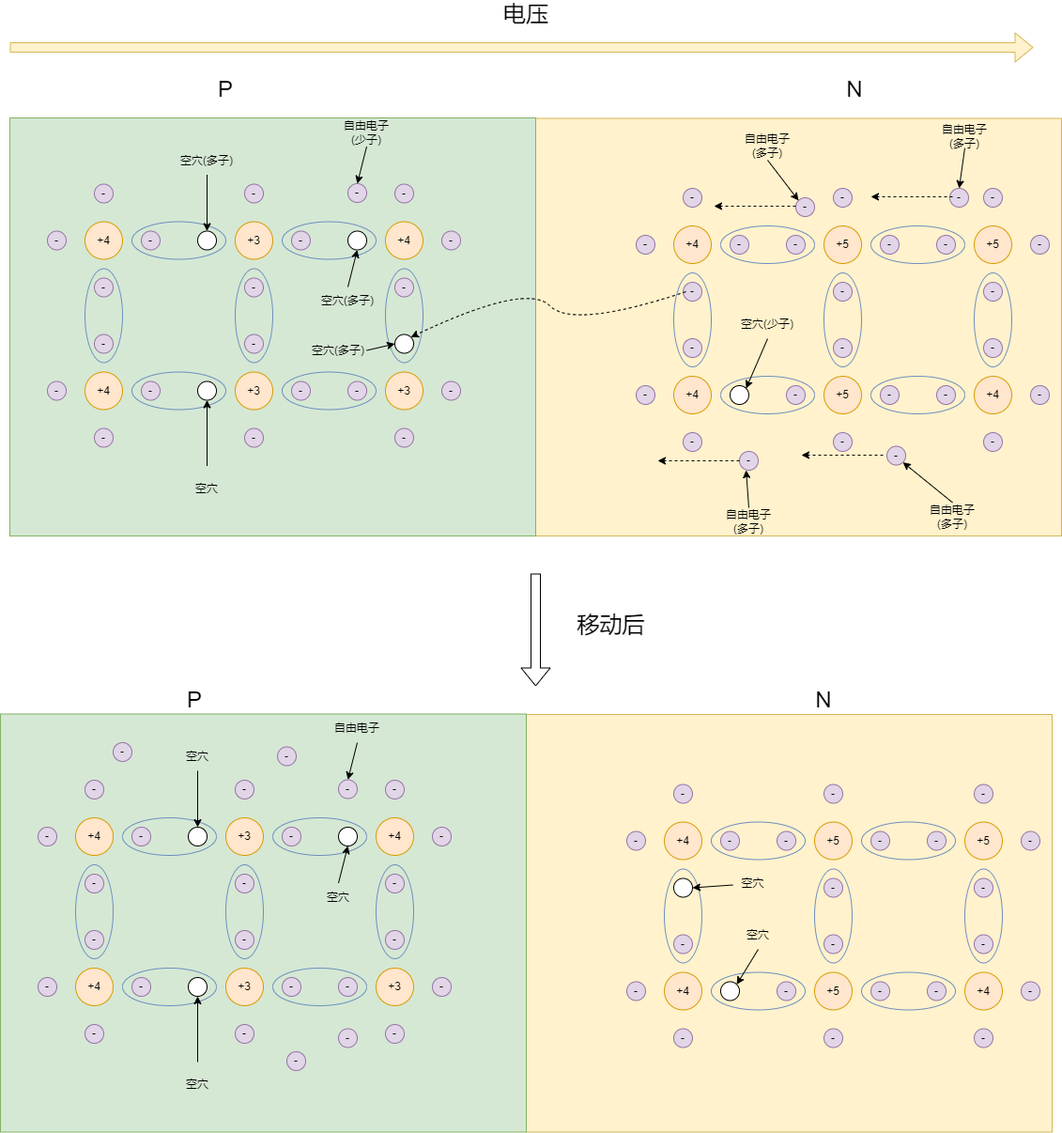
Above: blog/electricity/triode/triode4.png in zgjsxx/static-img-repo (draw.io), before the change. Source tidied: cells renumbered, new cells last; positions are measured from the earlier drawing's top-left corner, leaving out a move shared by most shapes.
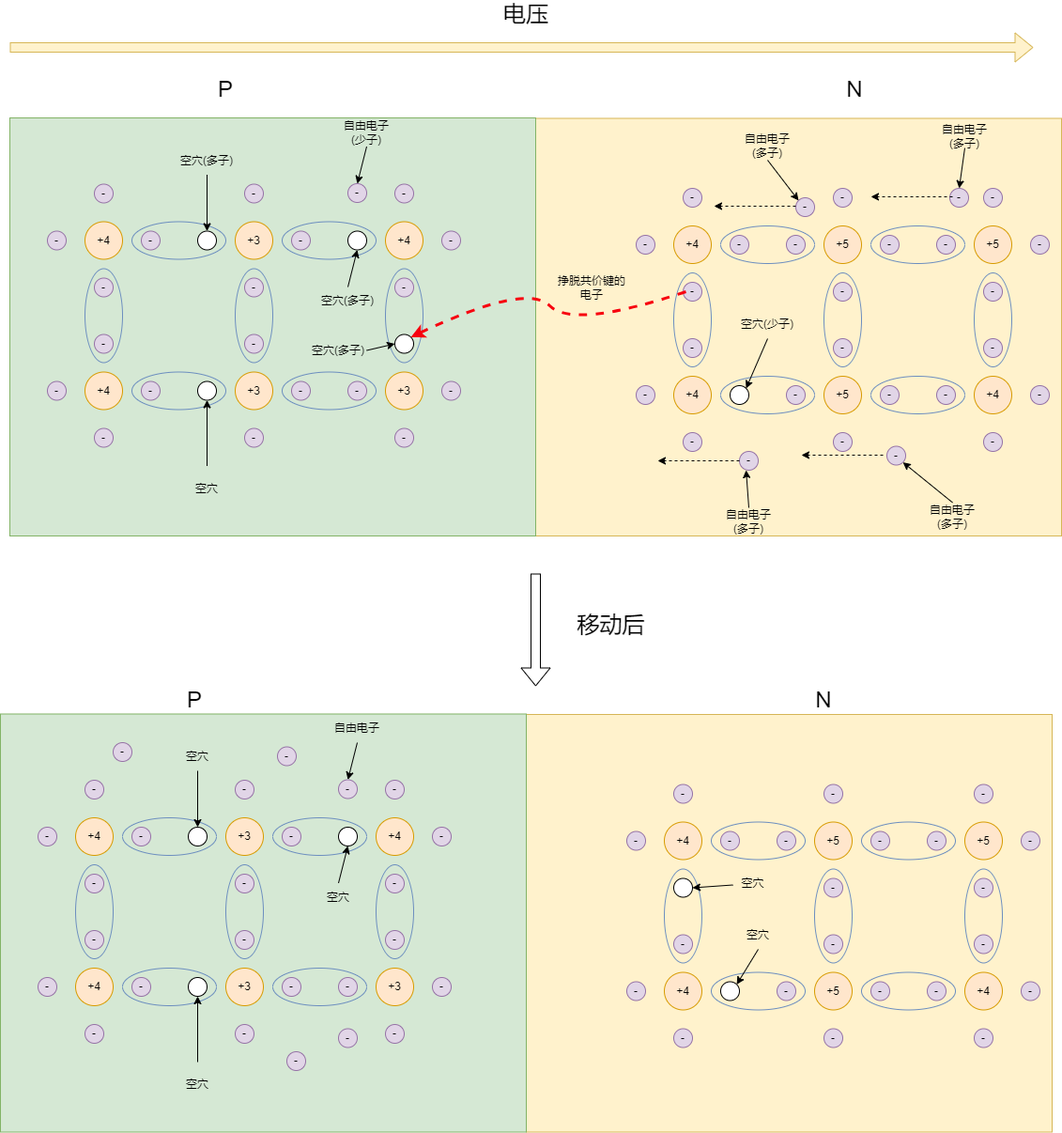
After the change.

What changed in the source:
```diff
@@ -351,7 +351,7 @@
         <mxPoint x="927" y="208.9" as="targetPoint" />
       </mxGeometry>
     </mxCell>
-    <mxCell id="111" style="curved=1;endArrow=classic;html=1;rounded=0;dashed=1;fontSize=24;entryX=1;entryY=0;entryDx=0;entryDy=0;" parent="1" edge="1" target="87">
+    <mxCell id="111" style="curved=1;endArrow=classic;html=1;rounded=0;dashed=1;fontSize=24;entryX=1;entryY=0;entryDx=0;entryDy=0;strokeWidth=3;strokeColor=#f7020f;" parent="1" edge="1" target="87">
       <mxGeometry relative="1" as="geometry">
         <mxPoint x="730" y="310" as="sourcePoint" />
         <Array as="points">
@@ -658,5 +658,8 @@
     <mxCell id="208" value="移动后" style="text;strokeColor=none;align=center;fillColor=none;html=1;verticalAlign=middle;whiteSpace=wrap;rounded=0;fontSize=24;" parent="1" vertex="1">
       <mxGeometry x="604" y="650" width="93" height="30" as="geometry" />
     </mxCell>
+    <mxCell id="209" value="挣脱共价键的电子" style="text;strokeColor=none;align=center;fillColor=none;html=1;verticalAlign=middle;whiteSpace=wrap;rounded=0;" parent="1" vertex="1">
+      <mxGeometry x="590" y="290.5" width="80" height="30" as="geometry" />
+    </mxCell>
   </root>
 </mxGraphModel>
```
